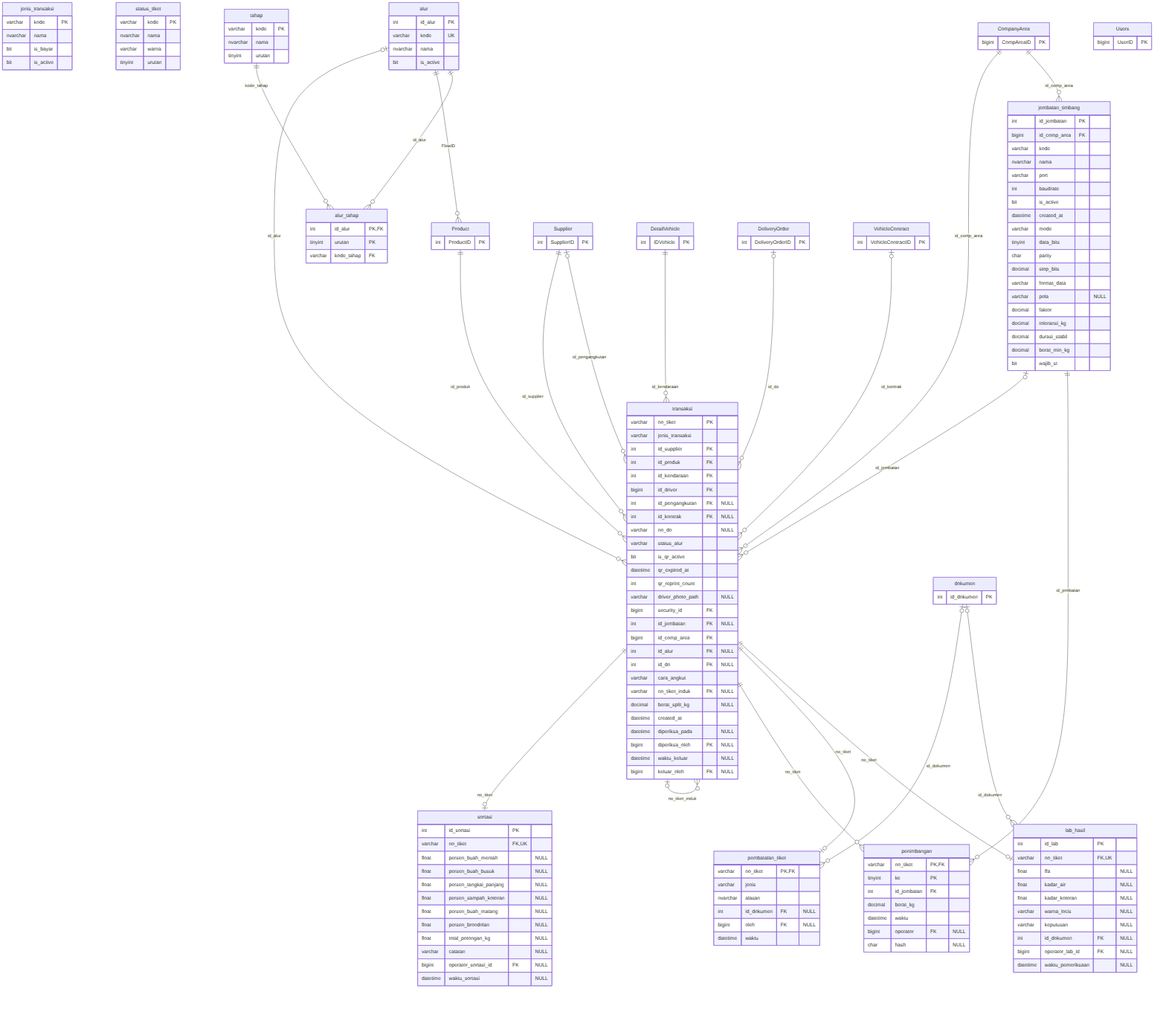
This is docs/erd/04_proses_tiket.png from aetheriin/timbangan_sawit_v2, a Mermaid export, as it was before one commit. Its source is kept beside it as docs/erd/04_proses_tiket.mmd.
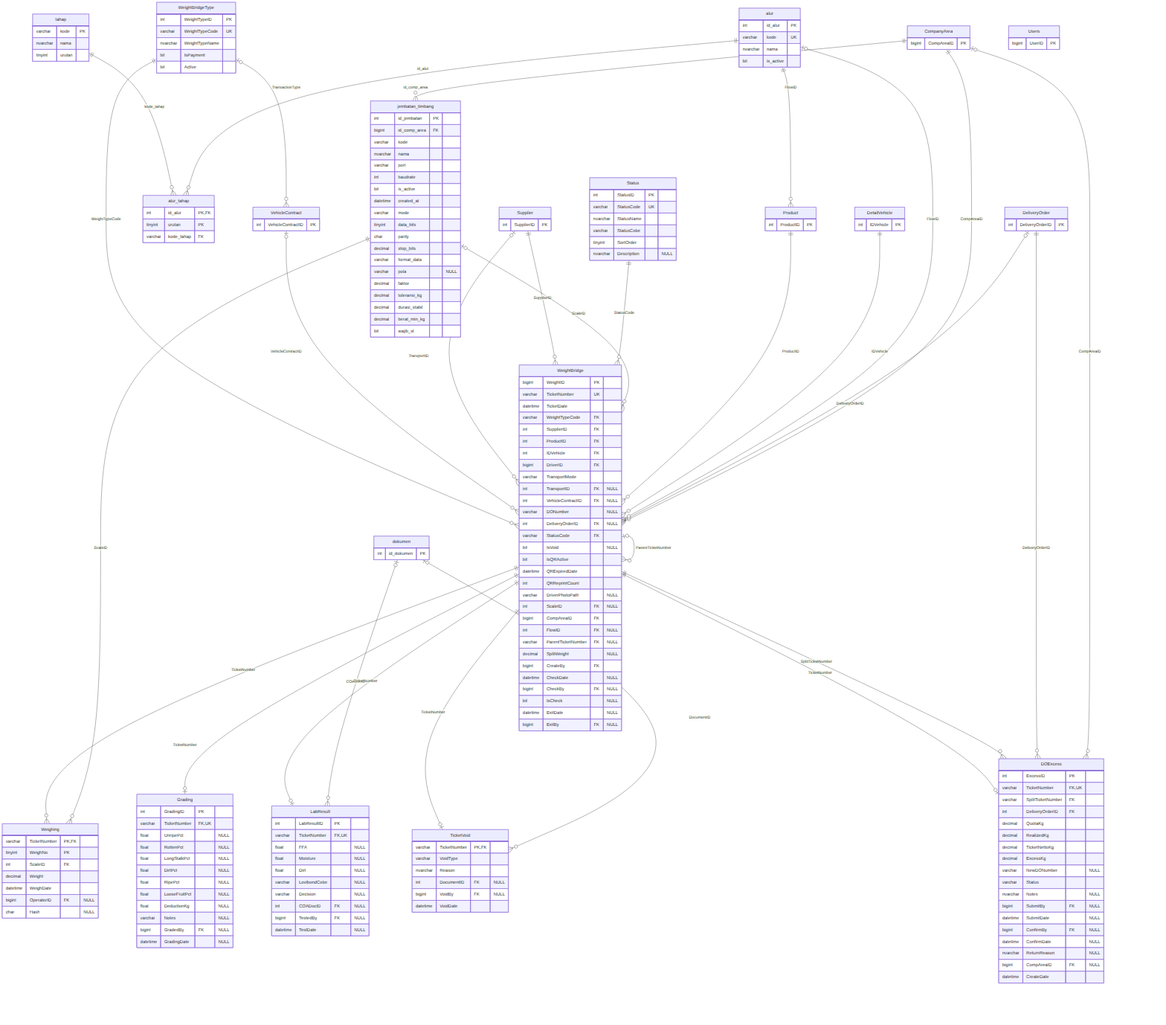
The same diagram one commit later.

Diff of the diagram source:
```diff
@@ -1,44 +1,50 @@
 erDiagram
-    transaksi {
-        varchar no_tiket PK
-        varchar jenis_transaksi
-        int id_supplier FK
-        int id_produk FK
-        int id_kendaraan FK
-        bigint id_driver FK
-        int id_pengangkutan FK "NULL"
-        int id_kontrak FK "NULL"
-        varchar no_do "NULL"
-        varchar status_alur
-        bit is_qr_active
-        datetime qr_expired_at
-        int qr_reprint_count
-        varchar driver_photo_path "NULL"
-        bigint security_id FK
-        int id_jembatan FK "NULL"
-        bigint id_comp_area FK
-        int id_alur FK "NULL"
-        int id_do FK "NULL"
-        varchar cara_angkut
-        varchar no_tiket_induk FK "NULL"
-        decimal berat_split_kg "NULL"
-        datetime created_at
-        datetime diperiksa_pada "NULL"
-        bigint diperiksa_oleh FK "NULL"
-        datetime waktu_keluar "NULL"
-        bigint keluar_oleh FK "NULL"
+    WeightBridge {
+        bigint WeightID PK
+        varchar TicketNumber UK
+        datetime TicketDate
+        varchar WeightTypeCode FK
+        int SupplierID FK
+        int ProductID FK
+        int IDVehicle FK
+        bigint DriverID FK
+        varchar TransportMode
+        int TransportID FK "NULL"
+        int VehicleContractID FK "NULL"
+        varchar DONumber "NULL"
+        int DeliveryOrderID FK "NULL"
+        varchar StatusCode FK
+        bit IsVoid "NULL"
+        bit IsQRActive
+        datetime QRExpiredDate
+        int QRReprintCount
+        varchar DriverPhotoPath "NULL"
+        int ScaleID FK "NULL"
+        bigint CompAreaID FK
+        int FlowID FK "NULL"
+        varchar ParentTicketNumber FK "NULL"
+        decimal SplitWeight "NULL"
+        bigint CreateBy FK
+        datetime CheckDate "NULL"
+        bigint CheckBy FK "NULL"
+        bit IsCheck "NULL"
+        datetime ExitDate "NULL"
+        bigint ExitBy FK "NULL"
     }
-    jenis_transaksi {
-        varchar kode PK
-        nvarchar nama
-        bit is_bayar
-        bit is_active
+    WeightBridgeType {
+        int WeightTypeID PK
+        varchar WeightTypeCode UK
+        nvarchar WeightTypeName
+        bit IsPayment
+        bit Active
     }
-    status_tiket {
-        varchar kode PK
-        nvarchar nama
-        varchar warna
-        tinyint urutan
+    Status {
+        int StatusID PK
+        varchar StatusCode UK
+        nvarchar StatusName
+        varchar StatusColor
+        tinyint SortOrder
+        nvarchar Description "NULL"
     }
     tahap {
         varchar kode PK
@@ -80,48 +86,68 @@
         decimal berat_min_kg
         bit wajib_st
     }
-    penimbangan {
-        varchar no_tiket PK,FK
-        tinyint ke PK
-        int id_jembatan FK
-        decimal berat_kg
-        datetime waktu
-        bigint operator FK "NULL"
-        char hash "NULL"
+    Weighing {
+        varchar TicketNumber PK,FK
+        tinyint WeighNo PK
+        int ScaleID FK
+        decimal Weight
+        datetime WeighDate
+        bigint OperatorID FK "NULL"
+        char Hash "NULL"
     }
-    sortasi {
-        int id_sortasi PK
-        varchar no_tiket FK,UK
-        float persen_buah_mentah "NULL"
-        float persen_buah_busuk "NULL"
-        float persen_tangkai_panjang "NULL"
-        float persen_sampah_kotoran "NULL"
-        float persen_buah_matang "NULL"
-        float persen_brondolan "NULL"
-        float total_potongan_kg "NULL"
-        varchar catatan "NULL"
-        bigint operator_sortasi_id FK "NULL"
-        datetime waktu_sortasi "NULL"
+    Grading {
+        int GradingID PK
+        varchar TicketNumber FK,UK
+        float UnripePct "NULL"
+        float RottenPct "NULL"
+        float LongStalkPct "NULL"
+        float DirtPct "NULL"
+        float RipePct "NULL"
+        float LooseFruitPct "NULL"
+        float DeductionKg "NULL"
+        varchar Notes "NULL"
+        bigint GradedBy FK "NULL"
+        datetime GradingDate "NULL"
     }
-    lab_hasil {
-        int id_lab PK
-        varchar no_tiket FK,UK
-        float ffa "NULL"
-        float kadar_air "NULL"
-        float kadar_kotoran "NULL"
-        varchar warna_locis "NULL"
-        varchar keputusan "NULL"
-        int id_dokumen FK "NULL"
-        bigint operator_lab_id FK "NULL"
-        datetime waktu_pemeriksaan "NULL"
+    LabResult {
+        int LabResultID PK
+        varchar TicketNumber FK,UK
+        float FFA "NULL"
+        float Moisture "NULL"
+        float Dirt "NULL"
+        varchar LovibondColor "NULL"
+        varchar Decision "NULL"
+        int COADocID FK "NULL"
+        bigint TestedBy FK "NULL"
+        datetime TestDate "NULL"
     }
-    pembatalan_tiket {
-        varchar no_tiket PK,FK
-        varchar jenis
-        nvarchar alasan
-        int id_dokumen FK "NULL"
-        bigint oleh FK "NULL"
-        datetime waktu
+    TicketVoid {
+        varchar TicketNumber PK,FK
+        varchar VoidType
+        nvarchar Reason
+        int DocumentID FK "NULL"
+        bigint VoidBy FK "NULL"
+        datetime VoidDate
+    }
+    DOExcess {
+        int ExcessID PK
+        varchar TicketNumber FK,UK
+        varchar SplitTicketNumber FK
+        int DeliveryOrderID FK
+        decimal QuotaKg
+        decimal RealizedKg
+        decimal TicketNettoKg
+        decimal ExcessKg
+        varchar NewDONumber "NULL"
+        varchar Status
+        nvarchar Notes "NULL"
+        bigint SubmitBy FK "NULL"
+        datetime SubmitDate "NULL"
+        bigint ConfirmBy FK "NULL"
+        datetime ConfirmDate "NULL"
+        nvarchar ReturnReason "NULL"
+        bigint CompAreaID FK "NULL"
+        datetime CreateDate
     }
     Product {
         int ProductID PK
@@ -146,22 +172,29 @@
     }
     alur ||--o{ alur_tahap : "id_alur"
     tahap ||--o{ alur_tahap : "kode_tahap"
+    CompanyArea |o--o{ DOExcess : "CompAreaID"
+    DeliveryOrder ||--o{ DOExcess : "DeliveryOrderID"
+    WeightBridge ||--o{ DOExcess : "SplitTicketNumber"
+    WeightBridge ||--o| DOExcess : "TicketNumber"
+    WeightBridge ||--o| Grading : "TicketNumber"
     CompanyArea ||--o{ jembatan_timbang : "id_comp_area"
-    dokumen |o--o{ lab_hasil : "id_dokumen"
-    transaksi ||--o| lab_hasil : "no_tiket"
-    dokumen |o--o{ pembatalan_tiket : "id_dokumen"
-    transaksi ||--o| pembatalan_tiket : "no_tiket"
-    jembatan_timbang ||--o{ penimbangan : "id_jembatan"
-    transaksi ||--o{ penimbangan : "no_tiket"
+    dokumen |o--o{ LabResult : "COADocID"
+    WeightBridge ||--o| LabResult : "TicketNumber"
     alur ||--o{ Product : "FlowID"
-    transaksi ||--o| sortasi : "no_tiket"
-    alur |o--o{ transaksi : "id_alur"
-    CompanyArea ||--o{ transaksi : "id_comp_area"
-    DeliveryOrder |o--o{ transaksi : "id_do"
-    jembatan_timbang |o--o{ transaksi : "id_jembatan"
-    DetailVehicle ||--o{ transaksi : "id_kendaraan"
-    VehicleContract |o--o{ transaksi : "id_kontrak"
-    Supplier |o--o{ transaksi : "id_pengangkutan"
-    Product ||--o{ transaksi : "id_produk"
-    Supplier ||--o{ transaksi : "id_supplier"
-    transaksi |o--o{ transaksi : "no_tiket_induk"
+    dokumen |o--o{ TicketVoid : "DocumentID"
+    WeightBridge ||--o| TicketVoid : "TicketNumber"
+    WeightBridgeType |o--o{ VehicleContract : "TransactionType"
+    jembatan_timbang ||--o{ Weighing : "ScaleID"
+    WeightBridge ||--o{ Weighing : "TicketNumber"
+    CompanyArea ||--o{ WeightBridge : "CompAreaID"
+    DeliveryOrder |o--o{ WeightBridge : "DeliveryOrderID"
+    alur |o--o{ WeightBridge : "FlowID"
+    DetailVehicle ||--o{ WeightBridge : "IDVehicle"
+    WeightBridge |o--o{ WeightBridge : "ParentTicketNumber"
+    Product ||--o{ WeightBridge : "ProductID"
+    jembatan_timbang |o--o{ WeightBridge : "ScaleID"
+    Status ||--o{ WeightBridge : "StatusCode"
+    Supplier ||--o{ WeightBridge : "SupplierID"
+    Supplier |o--o{ WeightBridge : "TransportID"
+    VehicleContract |o--o{ WeightBridge : "VehicleContractID"
+    WeightBridgeType ||--o{ WeightBridge : "WeightTypeCode"
```
